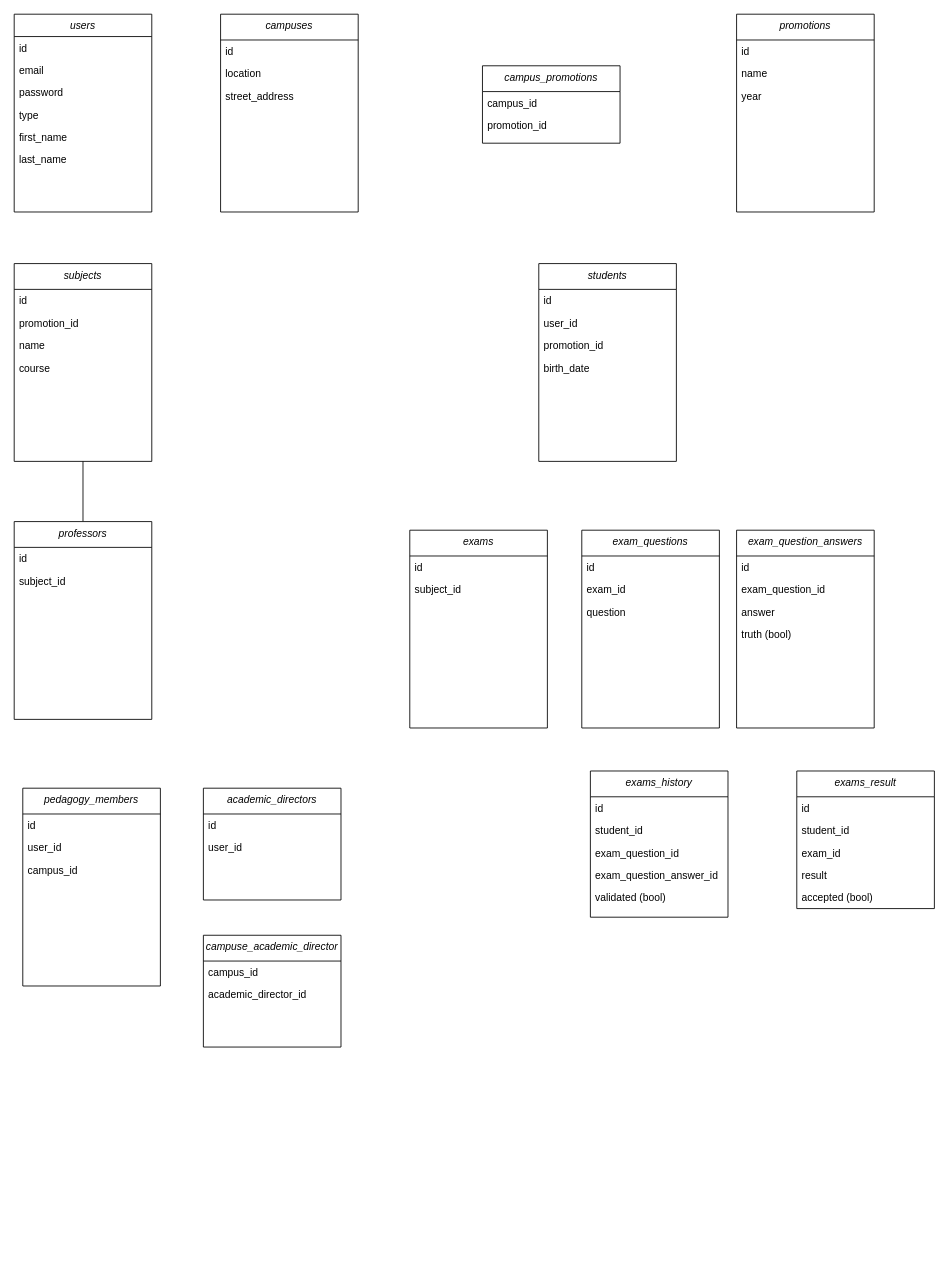
The draw.io diagram page "Page-1" (1 of 2) of mcd.drawio in bnvd26/4PROJ, before the edit. Source tidied: cells renumbered, new cells numbered last; positions are measured from the earlier drawing's top-left corner, leaving out a move shared by most shapes. Both pictures are drawn from the tidied source at 86%, with x=0, y=0 at pixel (14, 14).
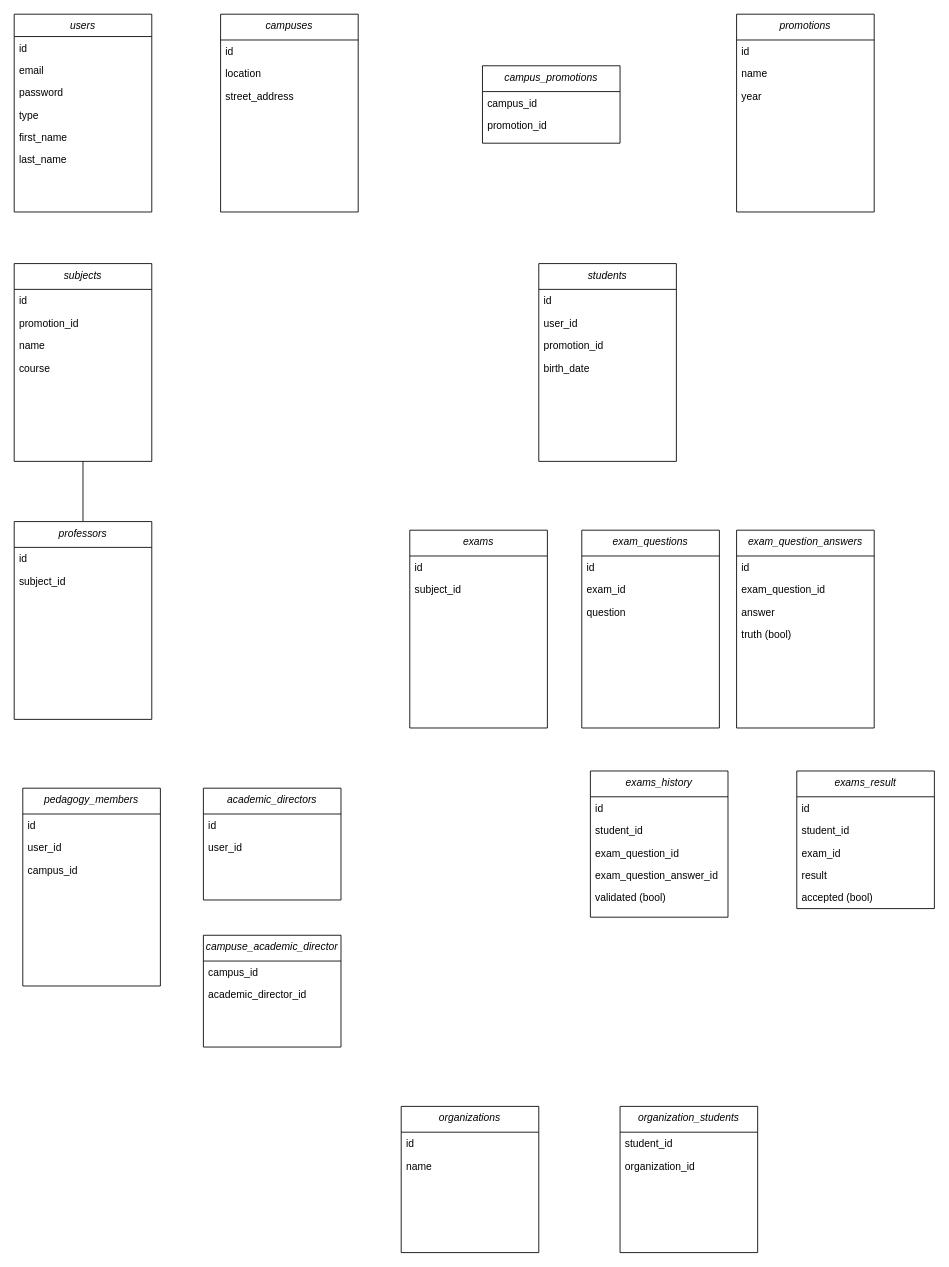
The same page after the edit.

Change to the diagram source:
```diff
@@
+    <mxCell id="68" value="organizations" style="swimlane;fontStyle=2;align=center;verticalAlign=top;horizontal=1;startSize=30;rounded=0;shadow=0;strokeWidth=1;" parent="1" vertex="1">
+      <mxGeometry x="450" y="1270" width="160" height="170" as="geometry" />
+    </mxCell>
+    <mxCell id="69" value="id" style="text;align=left;verticalAlign=top;spacingLeft=4;spacingRight=4;overflow=hidden;" parent="68" vertex="1">
+      <mxGeometry y="30" width="160" height="26" as="geometry" />
+    </mxCell>
+    <mxCell id="70" value="name" style="text;align=left;verticalAlign=top;spacingLeft=4;spacingRight=4;overflow=hidden;" parent="68" vertex="1">
+      <mxGeometry y="56" width="160" height="26" as="geometry" />
+    </mxCell>
+    <mxCell id="71" value="organization_students" style="swimlane;fontStyle=2;align=center;verticalAlign=top;horizontal=1;startSize=30;rounded=0;shadow=0;strokeWidth=1;" parent="1" vertex="1">
+      <mxGeometry x="704.5" y="1270" width="160" height="170" as="geometry" />
+    </mxCell>
+    <mxCell id="72" value="student_id" style="text;align=left;verticalAlign=top;spacingLeft=4;spacingRight=4;overflow=hidden;" parent="71" vertex="1">
+      <mxGeometry y="30" width="160" height="26" as="geometry" />
+    </mxCell>
+    <mxCell id="73" value="organization_id" style="text;align=left;verticalAlign=top;spacingLeft=4;spacingRight=4;overflow=hidden;" parent="71" vertex="1">
+      <mxGeometry y="56" width="160" height="26" as="geometry" />
+    </mxCell>
```
